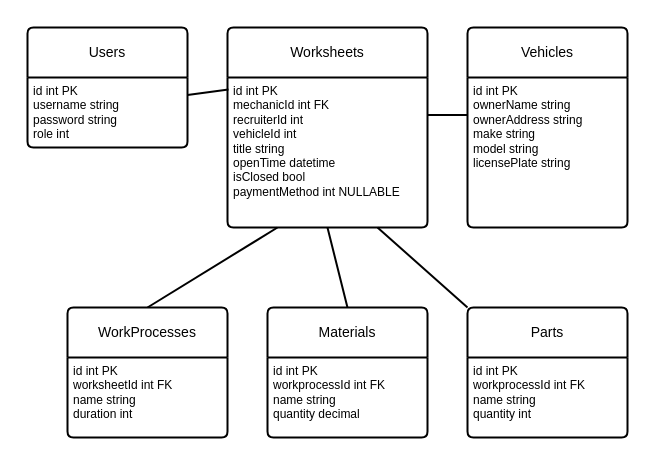
Earlier version of the draw.io diagram Docs/database.drawio (Uni-Sopron/Szerelomuhely_beadando). Source tidied: cells renumbered, new cells numbered last; positions are measured from the earlier drawing's top-left corner, leaving out a move shared by most shapes. Both pictures are drawn from the tidied source at 100%, with x=0, y=0 at pixel (27, 27).
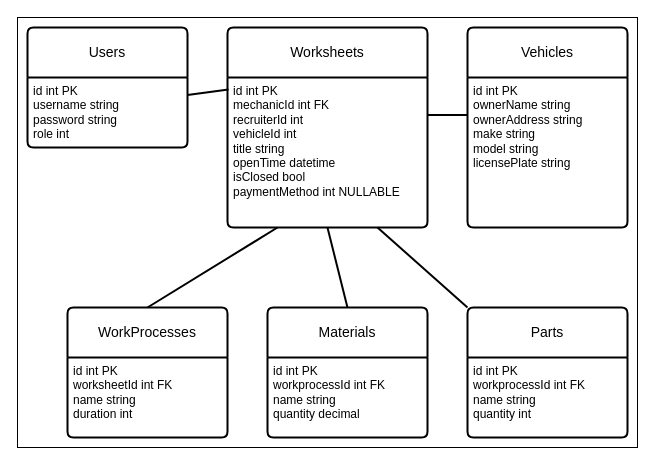
The same page after the edit.

Change to the diagram source:
```diff
@@
 <mxGraphModel>
   <root>
     <mxCell id="0" />
     <mxCell id="1" parent="0" />
+    <mxCell id="19" style="rounded=0;whiteSpace=wrap;html=1;" parent="1" vertex="1">
+      <mxGeometry x="-10" y="-10" width="620" height="430" as="geometry" />
+    </mxCell>
     <mxCell id="2" value="Users" style="swimlane;horizontal=1;startSize=50;rounded=1;fontSize=14;fontStyle=0;strokeWidth=2;shadow=0;dashed=0;align=center;arcSize=4;whiteSpace=wrap;html=1;" parent="1" vertex="1">
       <mxGeometry width="160" height="120" as="geometry" />
     </mxCell>
     <mxCell id="3" value="id int PK&lt;div&gt;username string&amp;nbsp;&lt;/div&gt;&lt;div&gt;password string&lt;/div&gt;&lt;div&gt;role int&amp;nbsp;&lt;/div&gt;" style="align=left;strokeColor=none;fillColor=none;spacingLeft=4;fontSize=12;verticalAlign=top;html=1;" parent="2" vertex="1">
       <mxGeometry y="50" width="160" height="70" as="geometry" />
     </mxCell>
     <mxCell id="4" value="Worksheets" style="swimlane;horizontal=1;startSize=50;rounded=1;fontSize=14;fontStyle=0;strokeWidth=2;shadow=0;dashed=0;align=center;arcSize=4;whiteSpace=wrap;html=1;" parent="1" vertex="1">
       <mxGeometry x="200" width="200" height="200" as="geometry" />
     </mxCell>
     <mxCell id="5" value="id int PK&lt;div&gt;mechanicId int FK&lt;/div&gt;&lt;div&gt;recruiterId int&lt;/div&gt;&lt;div&gt;vehicleId int&lt;/div&gt;&lt;div&gt;title string&lt;/div&gt;&lt;div&gt;openTime datetime&lt;/div&gt;&lt;div&gt;isClosed bool&lt;/div&gt;&lt;div&gt;paymentMethod int NULLABLE&lt;/div&gt;&lt;div&gt;&lt;br&gt;&lt;/div&gt;&lt;div&gt;&lt;br&gt;&lt;/div&gt;" style="align=left;strokeColor=none;fillColor=none;spacingLeft=4;fontSize=12;verticalAlign=top;html=1;" parent="4" vertex="1">
       <mxGeometry y="50" width="200" height="150" as="geometry" />
     </mxCell>
     <mxCell id="6" value="Vehicles" style="swimlane;horizontal=1;startSize=50;rounded=1;fontSize=14;fontStyle=0;strokeWidth=2;shadow=0;dashed=0;align=center;arcSize=4;whiteSpace=wrap;html=1;" parent="1" vertex="1">
       <mxGeometry x="440" width="160" height="200" as="geometry" />
     </mxCell>
     <mxCell id="7" value="&lt;div&gt;id int PK&lt;/div&gt;&lt;div&gt;ownerName string&lt;/div&gt;&lt;div&gt;ownerAddress string&lt;/div&gt;&lt;div&gt;make string&lt;/div&gt;&lt;div&gt;model string&lt;/div&gt;&lt;div&gt;licensePlate string&lt;/div&gt;" style="align=left;strokeColor=none;fillColor=none;spacingLeft=4;fontSize=12;verticalAlign=top;html=1;" parent="6" vertex="1">
       <mxGeometry y="50" width="160" height="150" as="geometry" />
     </mxCell>
     <mxCell id="8" style="edgeStyle=none;html=1;exitX=0.5;exitY=0;exitDx=0;exitDy=0;entryX=0.25;entryY=1;entryDx=0;entryDy=0;strokeWidth=2;endArrow=none;endFill=0;" parent="1" edge="1" source="9" target="5">
       <mxGeometry relative="1" as="geometry" />
     </mxCell>
     <mxCell id="9" value="WorkProcesses" style="swimlane;horizontal=1;startSize=50;rounded=1;fontSize=14;fontStyle=0;strokeWidth=2;shadow=0;dashed=0;align=center;arcSize=4;whiteSpace=wrap;html=1;" parent="1" vertex="1">
       <mxGeometry x="40" y="280" width="160" height="130" as="geometry" />
     </mxCell>
     <mxCell id="10" value="&lt;div&gt;id int PK&lt;/div&gt;&lt;div&gt;worksheetId int FK&lt;/div&gt;&lt;div&gt;name string&lt;/div&gt;&lt;div&gt;duration int&lt;/div&gt;" style="align=left;strokeColor=none;fillColor=none;spacingLeft=4;fontSize=12;verticalAlign=top;html=1;" parent="9" vertex="1">
       <mxGeometry y="50" width="160" height="80" as="geometry" />
     </mxCell>
     <mxCell id="11" style="edgeStyle=none;html=1;exitX=0.5;exitY=0;exitDx=0;exitDy=0;entryX=0.5;entryY=1;entryDx=0;entryDy=0;strokeWidth=2;endArrow=none;endFill=0;" parent="1" edge="1" source="12" target="5">
       <mxGeometry relative="1" as="geometry" />
     </mxCell>
     <mxCell id="12" value="Materials" style="swimlane;horizontal=1;startSize=50;rounded=1;fontSize=14;fontStyle=0;strokeWidth=2;shadow=0;dashed=0;align=center;arcSize=4;whiteSpace=wrap;html=1;" parent="1" vertex="1">
       <mxGeometry x="240" y="280" width="160" height="130" as="geometry" />
     </mxCell>
     <mxCell id="13" value="&lt;div&gt;id int PK&lt;/div&gt;&lt;div&gt;workprocessId int FK&lt;/div&gt;&lt;div&gt;name string&lt;/div&gt;&lt;div&gt;quantity decimal&lt;/div&gt;" style="align=left;strokeColor=none;fillColor=none;spacingLeft=4;fontSize=12;verticalAlign=top;html=1;" parent="12" vertex="1">
       <mxGeometry y="50" width="160" height="80" as="geometry" />
     </mxCell>
     <mxCell id="14" style="edgeStyle=none;html=1;exitX=0;exitY=0;exitDx=0;exitDy=0;entryX=0.75;entryY=1;entryDx=0;entryDy=0;strokeWidth=2;endArrow=none;endFill=0;" parent="1" edge="1" source="15" target="5">
       <mxGeometry relative="1" as="geometry" />
     </mxCell>
     <mxCell id="15" value="Parts" style="swimlane;horizontal=1;startSize=50;rounded=1;fontSize=14;fontStyle=0;strokeWidth=2;shadow=0;dashed=0;align=center;arcSize=4;whiteSpace=wrap;html=1;" parent="1" vertex="1">
       <mxGeometry x="440" y="280" width="160" height="130" as="geometry" />
     </mxCell>
     <mxCell id="16" value="&lt;div&gt;id int PK&lt;/div&gt;&lt;div&gt;workprocessId int FK&lt;/div&gt;&lt;div&gt;name string&lt;/div&gt;&lt;div&gt;quantity int&lt;/div&gt;" style="align=left;strokeColor=none;fillColor=none;spacingLeft=4;fontSize=12;verticalAlign=top;html=1;" parent="15" vertex="1">
       <mxGeometry y="50" width="160" height="80" as="geometry" />
     </mxCell>
     <mxCell id="17" style="edgeStyle=none;html=1;exitX=1;exitY=0.25;exitDx=0;exitDy=0;entryX=0.005;entryY=0.08;entryDx=0;entryDy=0;entryPerimeter=0;strokeWidth=2;endArrow=none;endFill=0;" parent="1" edge="1" source="3" target="5">
       <mxGeometry relative="1" as="geometry" />
     </mxCell>
     <mxCell id="18" style="edgeStyle=none;html=1;exitX=1;exitY=0.25;exitDx=0;exitDy=0;entryX=0;entryY=0.25;entryDx=0;entryDy=0;strokeWidth=2;endArrow=none;endFill=0;" parent="1" edge="1" source="5" target="7">
       <mxGeometry relative="1" as="geometry" />
     </mxCell>
   </root>
 </mxGraphModel>
```
